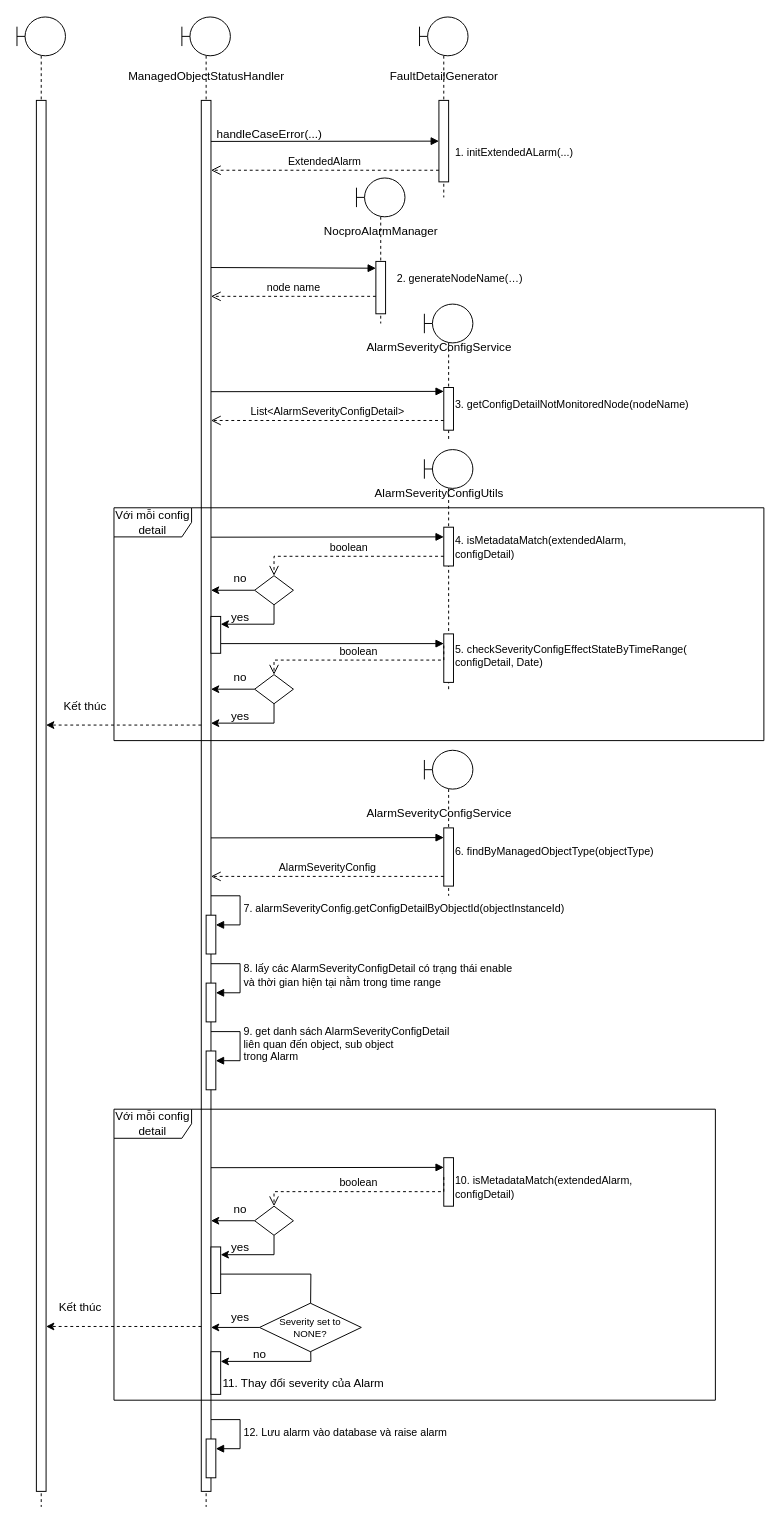
The draw.io diagram page "Luồng dữ liệu" (2 of 2) of change_alarm_severity.drawio in hiep1097/drawio, before the edit. Source tidied: cells renumbered, new cells numbered last; positions are measured from the earlier drawing's top-left corner, leaving out a move shared by most shapes. Both pictures are drawn from the tidied source at 97%, with x=0, y=0 at pixel (16, 16).
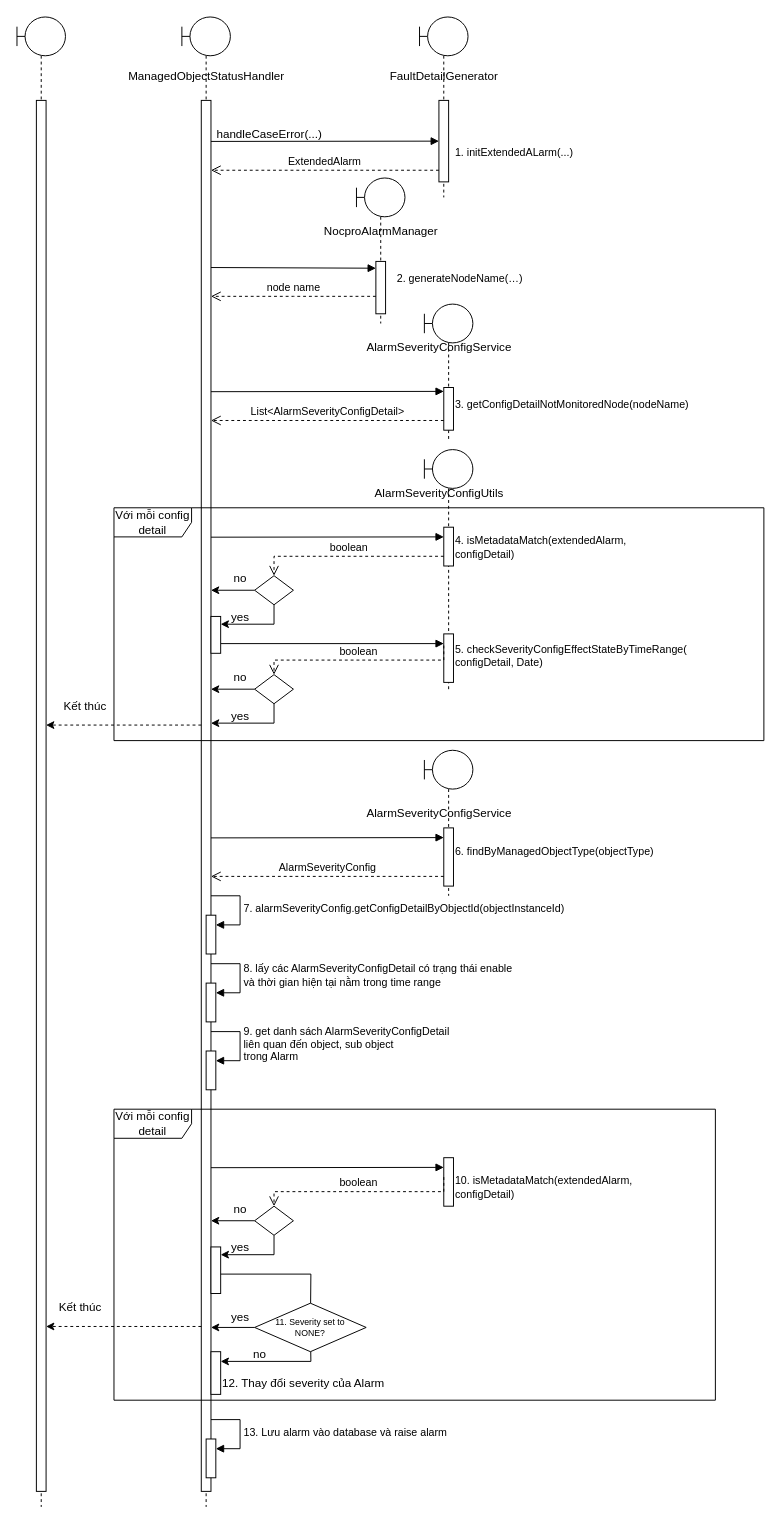
The same page after the edit.

Commit message:
Cập nhật change_alarm_severity.drawio

Unchanged cells that the change refers to:
```xml
<mxCell id="83" style="html=1;points=[];perimeter=orthogonalPerimeter;outlineConnect=0;targetShapes=umlLifeline;portConstraint=eastwest;newEdgeStyle={&quot;edgeStyle&quot;:&quot;elbowEdgeStyle&quot;,&quot;elbow&quot;:&quot;vertical&quot;,&quot;curved&quot;:0,&quot;rounded&quot;:0};" parent="1" vertex="1">
  <mxGeometry x="195" y="1466" width="10" height="40" as="geometry" />
</mxCell>
```

Change to the diagram source:
```diff
@@
-    <mxCell id="76" value="Severity set to &lt;br style=&quot;font-size: 10px;&quot;&gt;NONE?" style="rhombus;whiteSpace=wrap;html=1;fontSize=10;" parent="1" vertex="1">
-      <mxGeometry x="250" y="1326" width="105" height="50" as="geometry" />
+    <mxCell id="76" value="11. Severity set to &lt;br style=&quot;font-size: 9px;&quot;&gt;NONE?" style="rhombus;whiteSpace=wrap;html=1;fontSize=9;" parent="1" vertex="1">
+      <mxGeometry x="245" y="1326" width="115" height="50" as="geometry" />
     </mxCell>
@@
-    <mxCell id="82" value="11. Thay đổi severity của Alarm" style="text;html=1;align=center;verticalAlign=middle;strokeColor=none;fillColor=none;" parent="1" vertex="1">
+    <mxCell id="82" value="12. Thay đổi severity của Alarm" style="text;html=1;align=center;verticalAlign=middle;strokeColor=none;fillColor=none;" parent="1" vertex="1">
       <mxGeometry x="200" y="1394" width="190" height="30" as="geometry" />
     </mxCell>
@@
-    <mxCell id="84" value="12. Lưu alarm vào database và raise alarm" style="html=1;align=left;spacingLeft=2;endArrow=block;rounded=0;edgeStyle=orthogonalEdgeStyle;curved=0;rounded=0;" parent="1" edge="1" target="83">
-      <mxGeometry relative="1" as="geometry">
+    <mxCell id="84" value="13. Lưu alarm vào database và raise alarm" style="html=1;align=left;spacingLeft=2;endArrow=block;rounded=0;edgeStyle=orthogonalEdgeStyle;curved=0;rounded=0;" parent="1" edge="1" target="83">
+      <mxGeometry x="0.01" relative="1" as="geometry">
         <mxPoint x="200" y="1446" as="sourcePoint" />
         <Array as="points">
           <mxPoint x="230" y="1476" />
         </Array>
       </mxGeometry>
     </mxCell>
```
